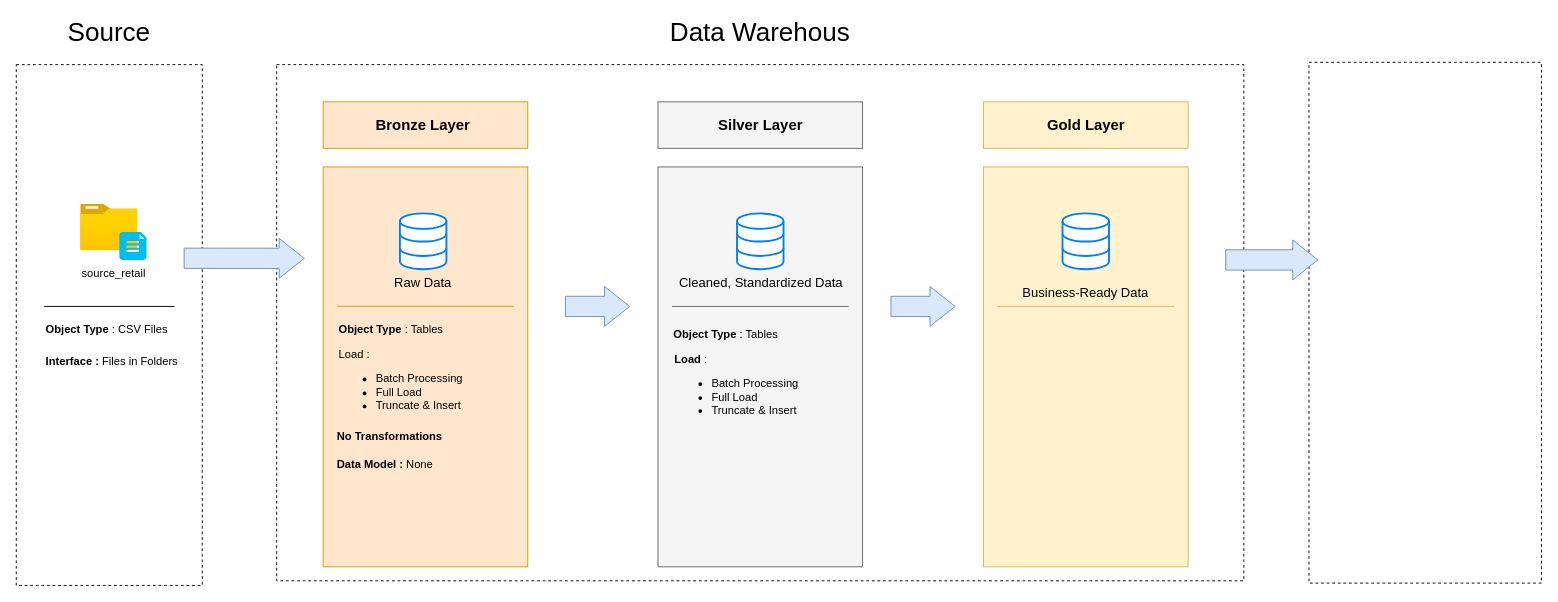
Before: docs/data_architecture.drawio in IbirdieU/data-warehouse-project, a draw.io diagram. Source tidied: cells renumbered, new cells numbered last; positions are measured from the earlier drawing's top-left corner, leaving out a move shared by most shapes. Both pictures are drawn from the tidied source at 93%, with x=0, y=0 at pixel (16, 18).
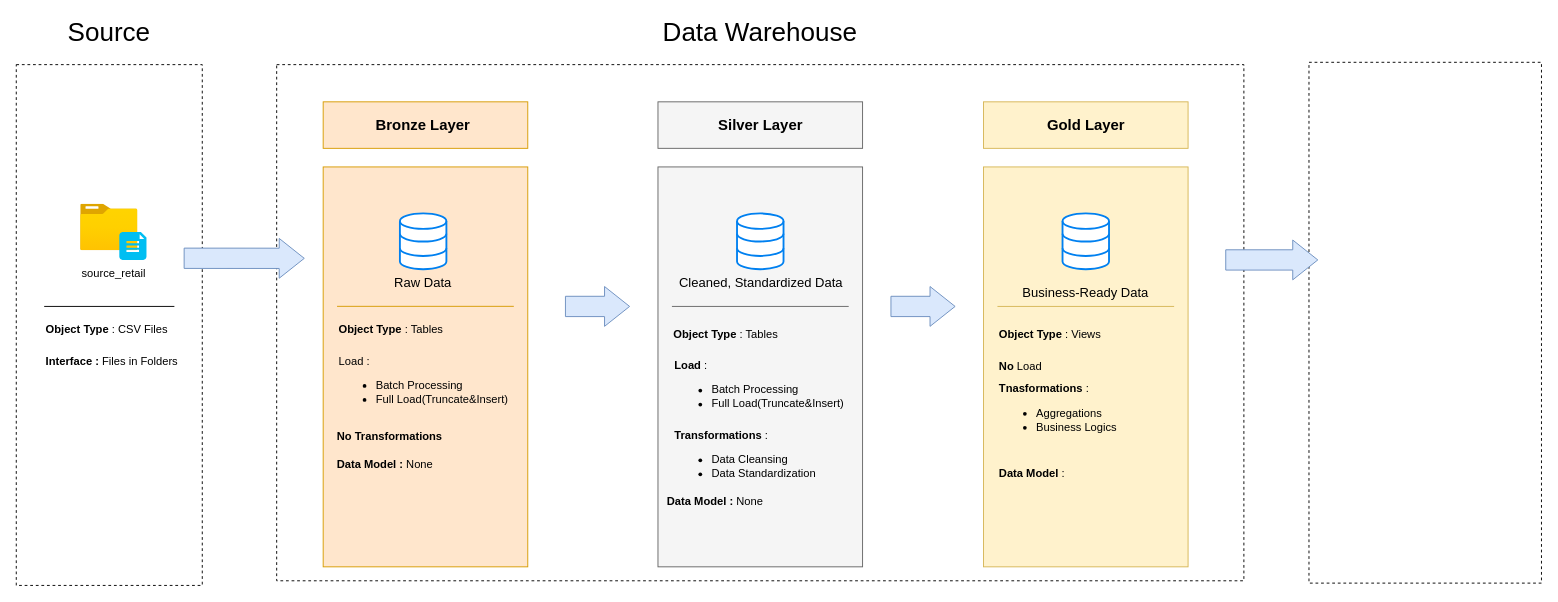
After the change.

The edit, as a diff of the source:
```diff
@@
-    <mxCell id="10" value="&lt;span style=&quot;font-size: 28px;&quot;&gt;Data Warehous&lt;/span&gt;" style="text;html=1;whiteSpace=wrap;strokeColor=none;fillColor=none;align=center;verticalAlign=middle;rounded=0;" parent="1" vertex="1">
+    <mxCell id="10" value="&lt;span style=&quot;font-size: 28px;&quot;&gt;Data Warehouse&lt;/span&gt;" style="text;html=1;whiteSpace=wrap;strokeColor=none;fillColor=none;align=center;verticalAlign=middle;rounded=0;" parent="1" vertex="1">
       <mxGeometry x="685" width="230" height="30" as="geometry" />
     </mxCell>
@@
-    <mxCell id="23" value="Load :&lt;div&gt;&lt;ul&gt;&lt;li&gt;Batch Processing&lt;/li&gt;&lt;li&gt;Full Load&lt;/li&gt;&lt;li&gt;Truncate &amp;amp; Insert&lt;/li&gt;&lt;/ul&gt;&lt;/div&gt;" style="text;html=1;whiteSpace=wrap;strokeColor=none;fillColor=none;align=left;verticalAlign=middle;rounded=0;" parent="1" vertex="1">
+    <mxCell id="23" value="Load :&lt;div&gt;&lt;ul&gt;&lt;li&gt;Batch Processing&lt;/li&gt;&lt;li&gt;Full Load(Truncate&amp;amp;Insert)&lt;/li&gt;&lt;/ul&gt;&lt;/div&gt;" style="text;html=1;whiteSpace=wrap;strokeColor=none;fillColor=none;align=left;verticalAlign=middle;rounded=0;" parent="1" vertex="1">
       <mxGeometry x="345" y="350" width="190" height="90" as="geometry" />
     </mxCell>
@@
-    <mxCell id="32" value="&lt;b&gt;Load &lt;/b&gt;:&lt;div&gt;&lt;ul&gt;&lt;li&gt;Batch Processing&lt;/li&gt;&lt;li&gt;Full Load&lt;/li&gt;&lt;li&gt;Truncate &amp;amp; Insert&lt;/li&gt;&lt;/ul&gt;&lt;/div&gt;" style="text;html=1;whiteSpace=wrap;strokeColor=none;fillColor=none;align=left;verticalAlign=middle;rounded=0;" parent="1" vertex="1">
+    <mxCell id="32" value="&lt;b&gt;Load &lt;/b&gt;:&lt;div&gt;&lt;ul&gt;&lt;li&gt;Batch Processing&lt;/li&gt;&lt;li&gt;Full Load(Truncate&amp;amp;Insert)&lt;/li&gt;&lt;/ul&gt;&lt;/div&gt;" style="text;html=1;whiteSpace=wrap;strokeColor=none;fillColor=none;align=left;verticalAlign=middle;rounded=0;" parent="1" vertex="1">
       <mxGeometry x="705.5" y="355" width="190" height="90" as="geometry" />
     </mxCell>
@@
+    <mxCell id="42" value="&lt;b&gt;Transformations&amp;nbsp;&lt;/b&gt;:&lt;div&gt;&lt;ul&gt;&lt;li&gt;Data Cleansing&lt;/li&gt;&lt;li&gt;Data Standardization&lt;/li&gt;&lt;/ul&gt;&lt;/div&gt;" style="text;html=1;whiteSpace=wrap;strokeColor=none;fillColor=none;align=left;verticalAlign=middle;rounded=0;" parent="1" vertex="1">
+      <mxGeometry x="705.5" y="430" width="190" height="90" as="geometry" />
+    </mxCell>
+    <mxCell id="43" value="&lt;b&gt;Data Model : &lt;/b&gt;None" style="text;html=1;whiteSpace=wrap;strokeColor=none;fillColor=none;align=left;verticalAlign=middle;rounded=0;" parent="1" vertex="1">
+      <mxGeometry x="697.5" y="510" width="190" height="20" as="geometry" />
+    </mxCell>
+    <mxCell id="44" value="&lt;b&gt;Object Type&lt;/b&gt; : Views" style="text;html=1;whiteSpace=wrap;strokeColor=none;fillColor=none;align=left;verticalAlign=middle;rounded=0;" parent="1" vertex="1">
+      <mxGeometry x="1055" y="325" width="190" height="30" as="geometry" />
+    </mxCell>
+    <mxCell id="45" value="&lt;b&gt;No &lt;/b&gt;Load" style="text;html=1;whiteSpace=wrap;strokeColor=none;fillColor=none;align=left;verticalAlign=middle;rounded=0;" parent="1" vertex="1">
+      <mxGeometry x="1055" y="360" width="190" height="30" as="geometry" />
+    </mxCell>
+    <mxCell id="46" value="&lt;b&gt;Tnasformations&amp;nbsp;&lt;/b&gt;:&lt;div&gt;&lt;ul&gt;&lt;li&gt;Aggregations&lt;/li&gt;&lt;li&gt;Business Logics&lt;/li&gt;&lt;/ul&gt;&lt;/div&gt;" style="text;html=1;whiteSpace=wrap;strokeColor=none;fillColor=none;align=left;verticalAlign=middle;rounded=0;" parent="1" vertex="1">
+      <mxGeometry x="1055" y="380" width="190" height="90" as="geometry" />
+    </mxCell>
+    <mxCell id="47" value="&lt;b&gt;Data Model&amp;nbsp;&lt;/b&gt;:" style="text;html=1;whiteSpace=wrap;strokeColor=none;fillColor=none;align=left;verticalAlign=middle;rounded=0;" parent="1" vertex="1">
+      <mxGeometry x="1055" y="445" width="190" height="90" as="geometry" />
+    </mxCell>
```
